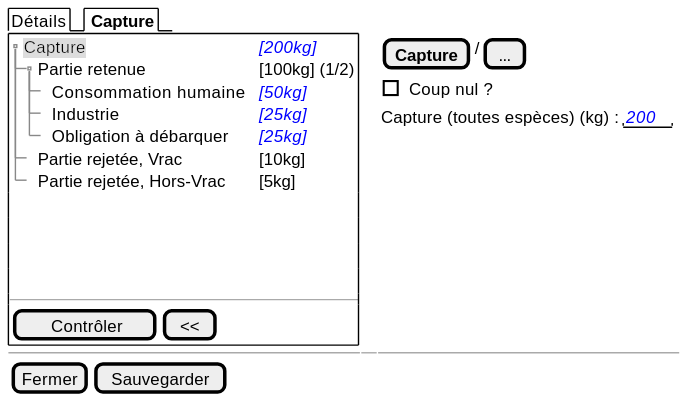
Earlier version of the PlantUML export projects/obsmer/spe/images/batch/batch-tree-control.svg (sumaris-net/sumaris-doc).
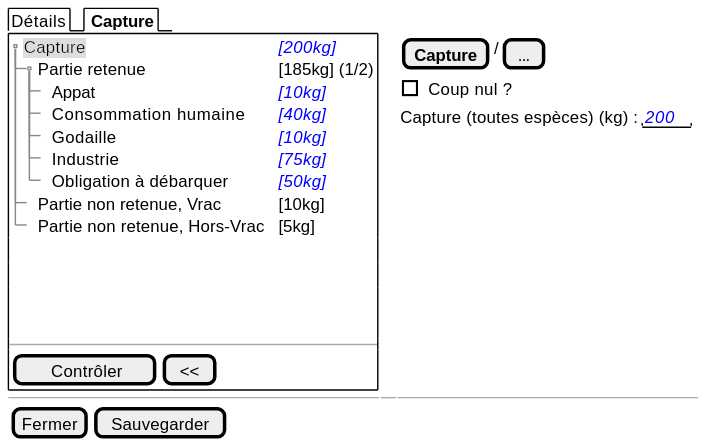
The same file after the commit.

Change to the diagram source:
```diff
@@ -4,12 +4,14 @@
   {+
     {T
          + <back:#DDD>Capture         | <i><color:blue>[200kg]
-         ++ Partie retenue       | [100kg] (1/2)
-       +++ Consommation humaine | <i><color:blue>[50kg]
-       +++ Industrie | <i><color:blue>[25kg]
-       +++ Obligation à débarquer| <i><color:blue>[25kg]
-         ++ Partie rejetée, Vrac      | [10kg]
-         ++ Partie rejetée, Hors-Vrac | [5kg]
+         ++ Partie retenue       | [185kg] (1/2)
+       +++ Appat | <i><color:blue>[10kg]
+       +++ Consommation humaine | <i><color:blue>[40kg]
+       +++ Godaille | <i><color:blue>[10kg]
+       +++ Industrie | <i><color:blue>[75kg]
+       +++ Obligation à débarquer| <i><color:blue>[50kg]
+         ++ Partie non retenue, Vrac      | [10kg]
+         ++ Partie non retenue, Hors-Vrac | [5kg]
     }
     .
     .
```
